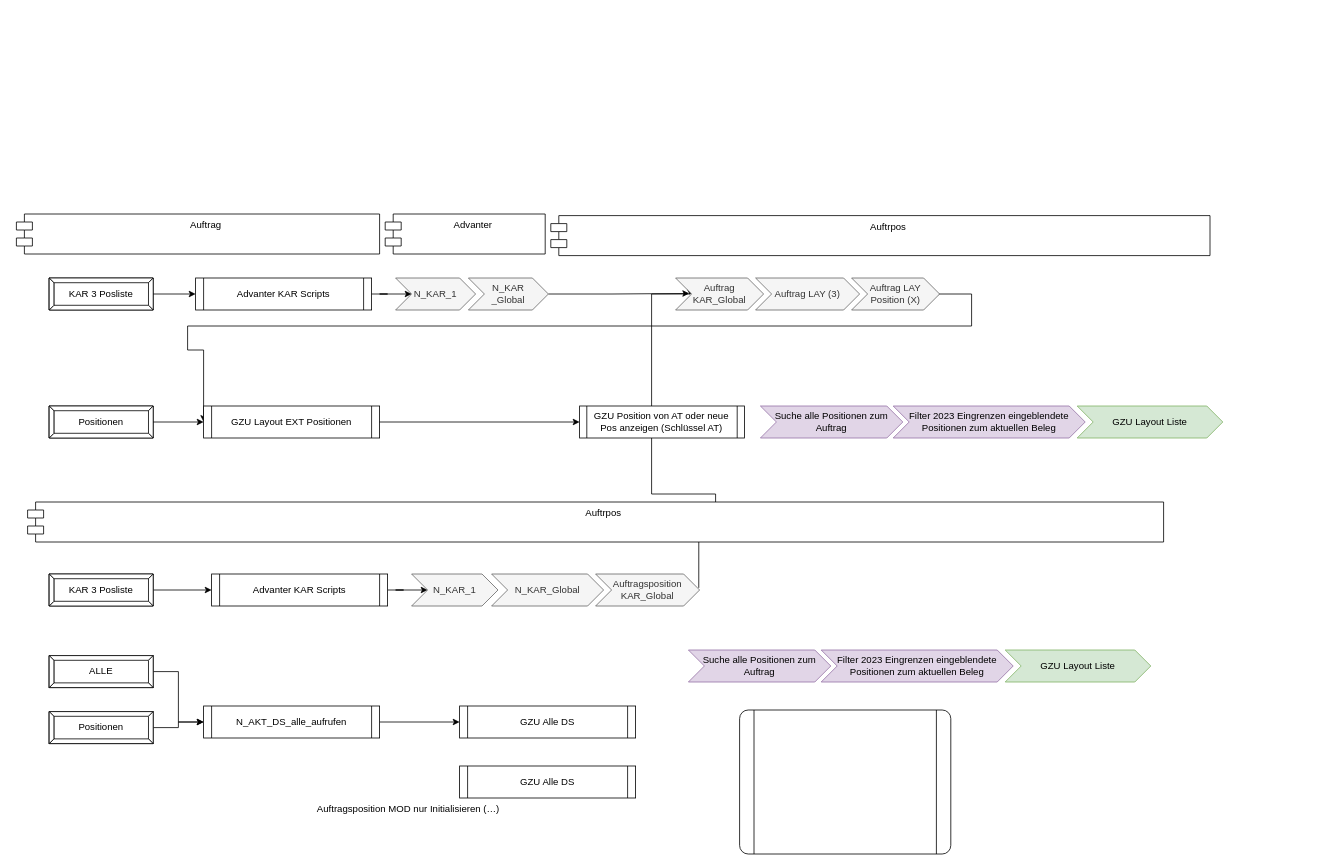
Earlier version of the draw.io diagram Advanter-Auftragsposition-Navi-Scripts.drawio (guenther-bs-de/documentation). Source tidied: cells renumbered, new cells numbered last; positions are measured from the earlier drawing's top-left corner, leaving out a move shared by most shapes. Both pictures are drawn from the tidied source at 80%, with x=0, y=0 at pixel (16, 214).
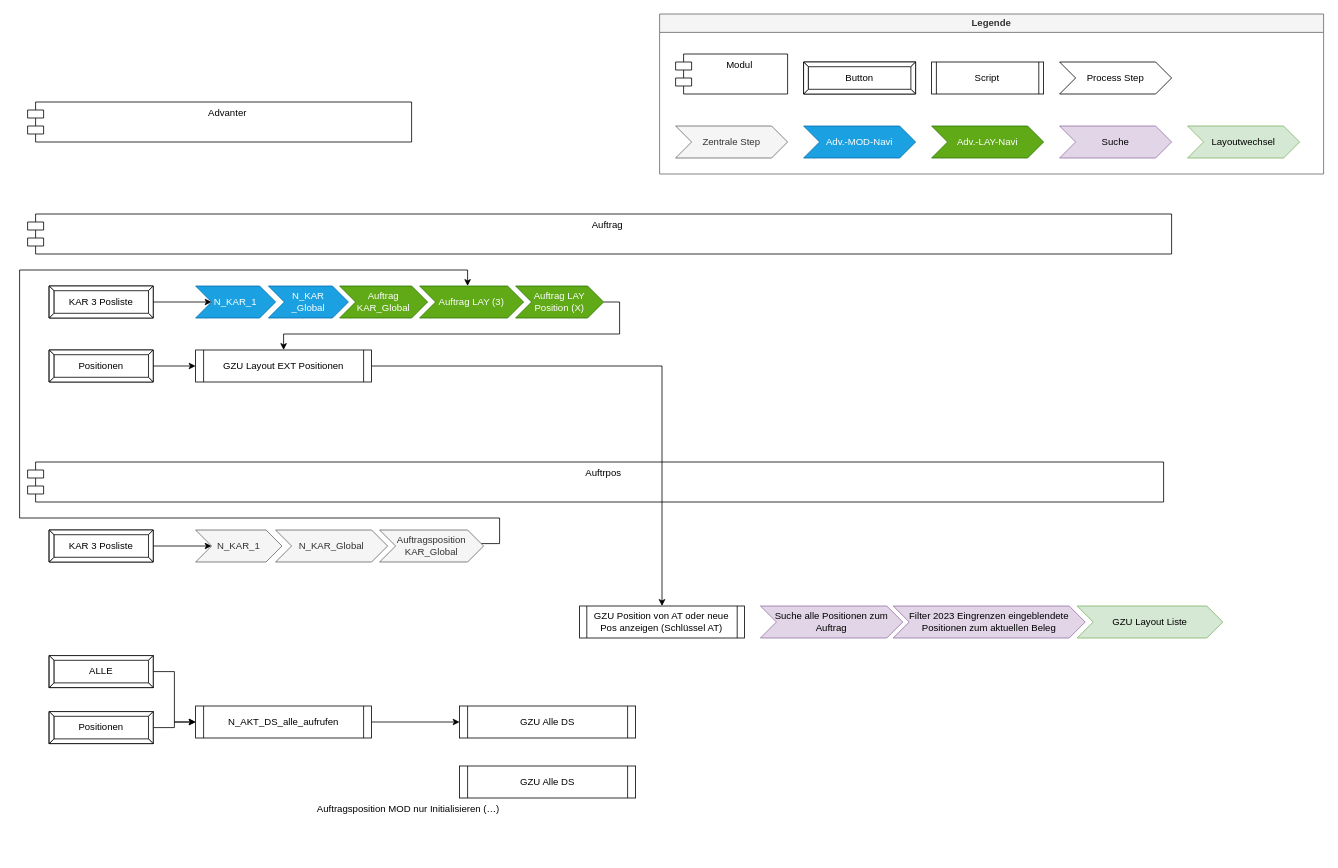
Above is the later version.

The edit, as a diff of the source:
```diff
@@
-    <mxCell id="2" value="Auftrpos" style="shape=module;align=left;spacingLeft=20;align=center;verticalAlign=top;whiteSpace=wrap;html=1;" parent="1" vertex="1">
-      <mxGeometry x="668" y="2" width="824" height="50" as="geometry" />
-    </mxCell>
+    <mxCell id="46" value="Legende" style="swimlane;whiteSpace=wrap;html=1;fillColor=#f5f5f5;fontColor=#333333;strokeColor=#666666;" parent="1" vertex="1">
+      <mxGeometry x="804" y="-250" width="830" height="200" as="geometry" />
+    </mxCell>
+    <mxCell id="47" value="Button" style="labelPosition=center;verticalLabelPosition=middle;align=center;html=1;shape=mxgraph.basic.button;dx=5.89;whiteSpace=wrap;" parent="46" vertex="1">
+      <mxGeometry x="180" y="60" width="140" height="40" as="geometry" />
+    </mxCell>
+    <mxCell id="48" value="Script" style="shape=process;whiteSpace=wrap;html=1;backgroundOutline=1;size=0.045454545454545456;" parent="46" vertex="1">
+      <mxGeometry x="340" y="60" width="140" height="40" as="geometry" />
+    </mxCell>
+    <mxCell id="49" value="Modul" style="shape=module;align=left;spacingLeft=20;align=center;verticalAlign=top;whiteSpace=wrap;html=1;" parent="46" vertex="1">
+      <mxGeometry x="20" y="50" width="140" height="50" as="geometry" />
+    </mxCell>
+    <mxCell id="50" value="Zentrale Step" style="shape=step;perimeter=stepPerimeter;fixedSize=1;whiteSpace=wrap;html=1;fillColor=#f5f5f5;fontColor=#333333;strokeColor=#666666;" parent="46" vertex="1">
+      <mxGeometry x="20" y="140" width="140" height="40" as="geometry" />
+    </mxCell>
+    <mxCell id="51" value="Suche" style="shape=step;perimeter=stepPerimeter;fixedSize=1;whiteSpace=wrap;html=1;fillColor=#e1d5e7;strokeColor=#9673a6;" parent="46" vertex="1">
+      <mxGeometry x="500" y="140" width="140" height="40" as="geometry" />
+    </mxCell>
+    <mxCell id="52" value="Layoutwechsel" style="shape=step;perimeter=stepPerimeter;fixedSize=1;whiteSpace=wrap;html=1;fillColor=#d5e8d4;strokeColor=#82b366;" parent="46" vertex="1">
+      <mxGeometry x="660" y="140" width="140" height="40" as="geometry" />
+    </mxCell>
+    <mxCell id="53" value="Process Step" style="shape=step;perimeter=stepPerimeter;fixedSize=1;whiteSpace=wrap;html=1;" parent="46" vertex="1">
+      <mxGeometry x="500" y="60" width="140" height="40" as="geometry" />
+    </mxCell>
+    <mxCell id="54" value="Adv.-MOD-Navi" style="shape=step;perimeter=stepPerimeter;fixedSize=1;whiteSpace=wrap;html=1;fillColor=#1ba1e2;strokeColor=#006EAF;fontColor=#ffffff;" parent="46" vertex="1">
+      <mxGeometry x="180" y="140" width="140" height="40" as="geometry" />
+    </mxCell>
+    <mxCell id="55" value="Adv.-LAY-Navi" style="shape=step;perimeter=stepPerimeter;fixedSize=1;whiteSpace=wrap;html=1;fillColor=#60a917;strokeColor=#2D7600;fontColor=#ffffff;" parent="46" vertex="1">
+      <mxGeometry x="340" y="140" width="140" height="40" as="geometry" />
+    </mxCell>
     <mxCell id="3" value="Auftrag" style="shape=module;align=left;spacingLeft=20;align=center;verticalAlign=top;whiteSpace=wrap;html=1;" parent="1" vertex="1">
-      <mxGeometry width="454" height="50" as="geometry" />
+      <mxGeometry x="14" width="1430" height="50" as="geometry" />
     </mxCell>
-    <mxCell id="4" style="verticalLabelPosition=bottom;verticalAlign=top;html=1;shape=process;whiteSpace=wrap;rounded=1;size=0.06666666666666667;arcSize=6;" parent="1" vertex="1">
-      <mxGeometry x="904" y="620" width="264" height="180" as="geometry" />
-    </mxCell>
@@
     <mxCell id="8" value="N_AKT_DS_alle_aufrufen" style="shape=process;whiteSpace=wrap;html=1;backgroundOutline=1;size=0.045454545454545456;" parent="1" vertex="1">
-      <mxGeometry x="234" y="615" width="220" height="40" as="geometry" />
+      <mxGeometry x="224" y="615" width="220" height="40" as="geometry" />
     </mxCell>
@@
-    <mxCell id="12" value="GZU Layout Liste" style="shape=step;perimeter=stepPerimeter;fixedSize=1;whiteSpace=wrap;html=1;fillColor=#d5e8d4;strokeColor=#82b366;" parent="1" vertex="1">
-      <mxGeometry x="1236" y="545" width="182" height="40" as="geometry" />
-    </mxCell>
-    <mxCell id="13" value="Suche alle Positionen zum Auftrag" style="shape=step;perimeter=stepPerimeter;fixedSize=1;whiteSpace=wrap;html=1;fillColor=#e1d5e7;strokeColor=#9673a6;" parent="1" vertex="1">
-      <mxGeometry x="840" y="545" width="178" height="40" as="geometry" />
-    </mxCell>
-    <mxCell id="14" value="Filter 2023 Eingrenzen eingeblendete Positionen zum aktuellen Beleg" style="shape=step;perimeter=stepPerimeter;fixedSize=1;whiteSpace=wrap;html=1;fillColor=#e1d5e7;strokeColor=#9673a6;" parent="1" vertex="1">
-      <mxGeometry x="1006" y="545" width="240" height="40" as="geometry" />
-    </mxCell>
@@
-    <mxCell id="17" style="edgeStyle=orthogonalEdgeStyle;rounded=0;jettySize=auto;html=1;entryX=0;entryY=0.5;entryDx=0;entryDy=0;exitX=0.985;exitY=0.536;exitDx=0;exitDy=0;exitPerimeter=0;" parent="1" edge="1" source="37" target="41">
-      <mxGeometry relative="1" as="geometry">
-        <Array as="points">
-          <mxPoint x="1152" y="100" />
-          <mxPoint x="1194" y="100" />
-          <mxPoint x="1194" y="140" />
-          <mxPoint x="214" y="140" />
-          <mxPoint x="214" y="170" />
-          <mxPoint x="234" y="170" />
-        </Array>
-      </mxGeometry>
-    </mxCell>
-    <mxCell id="18" style="edgeStyle=orthogonalEdgeStyle;rounded=0;jettySize=auto;html=1;" parent="1" edge="1" source="19" target="21">
+    <mxCell id="18" style="edgeStyle=orthogonalEdgeStyle;rounded=0;jettySize=auto;html=1;" parent="1" edge="1" source="19" target="22">
       <mxGeometry relative="1" as="geometry" />
     </mxCell>
     <mxCell id="19" value="KAR 3 Posliste" style="labelPosition=center;verticalLabelPosition=middle;align=center;html=1;shape=mxgraph.basic.button;dx=5.89;whiteSpace=wrap;" parent="1" vertex="1">
-      <mxGeometry x="41" y="450" width="130" height="40" as="geometry" />
+      <mxGeometry x="41" y="395" width="130" height="40" as="geometry" />
     </mxCell>
-    <mxCell id="20" style="edgeStyle=orthogonalEdgeStyle;rounded=0;jettySize=auto;html=1;" parent="1" edge="1" source="21" target="22">
-      <mxGeometry relative="1" as="geometry" />
-    </mxCell>
-    <mxCell id="21" value="Advanter KAR Scripts" style="shape=process;whiteSpace=wrap;html=1;backgroundOutline=1;size=0.045454545454545456;" parent="1" vertex="1">
-      <mxGeometry x="244" y="450" width="220" height="40" as="geometry" />
-    </mxCell>
     <mxCell id="22" value="N_KAR_1" style="shape=step;perimeter=stepPerimeter;fixedSize=1;points=[];whiteSpace=wrap;html=1;fillColor=#f5f5f5;fontColor=#333333;strokeColor=#666666;" parent="1" vertex="1">
-      <mxGeometry x="494" y="450" width="108" height="40" as="geometry" />
+      <mxGeometry x="224" y="395" width="108" height="40" as="geometry" />
     </mxCell>
     <mxCell id="23" value="N_KAR_Global" style="shape=step;perimeter=stepPerimeter;fixedSize=1;whiteSpace=wrap;html=1;fillColor=#f5f5f5;fontColor=#333333;strokeColor=#666666;" parent="1" vertex="1">
-      <mxGeometry x="594" y="450" width="140" height="40" as="geometry" />
+      <mxGeometry x="324" y="395" width="140" height="40" as="geometry" />
     </mxCell>
-    <mxCell id="24" style="edgeStyle=orthogonalEdgeStyle;rounded=0;jettySize=auto;html=1;exitX=0.992;exitY=0.433;exitDx=0;exitDy=0;exitPerimeter=0;entryX=0.164;entryY=0.533;entryDx=0;entryDy=0;entryPerimeter=0;" parent="1" edge="1" source="25" target="35">
+    <mxCell id="24" style="edgeStyle=orthogonalEdgeStyle;rounded=0;jettySize=auto;html=1;" parent="1" edge="1" source="25" target="36">
       <mxGeometry relative="1" as="geometry">
         <Array as="points">
-          <mxPoint x="874" y="387" />
-          <mxPoint x="874" y="350" />
-          <mxPoint x="794" y="350" />
-          <mxPoint x="794" y="100" />
-          <mxPoint x="842" y="100" />
+          <mxPoint x="604" y="412" />
+          <mxPoint x="604" y="380" />
+          <mxPoint x="4" y="380" />
+          <mxPoint x="4" y="70" />
+          <mxPoint x="564" y="70" />
         </Array>
       </mxGeometry>
     </mxCell>
     <mxCell id="25" value="Auftragsposition KAR_Global" style="shape=step;perimeter=stepPerimeter;fixedSize=1;points=[];whiteSpace=wrap;html=1;fillColor=#f5f5f5;fontColor=#333333;strokeColor=#666666;" parent="1" vertex="1">
-      <mxGeometry x="724" y="450" width="130" height="40" as="geometry" />
+      <mxGeometry x="454" y="395" width="130" height="40" as="geometry" />
     </mxCell>
     <mxCell id="26" value="Auftrpos" style="shape=module;align=left;spacingLeft=20;align=center;verticalAlign=top;whiteSpace=wrap;html=1;" parent="1" vertex="1">
-      <mxGeometry x="14" y="360" width="1420" height="50" as="geometry" />
+      <mxGeometry x="14" y="310" width="1420" height="50" as="geometry" />
     </mxCell>
     <mxCell id="27" value="Advanter" style="shape=module;align=left;spacingLeft=20;align=center;verticalAlign=top;whiteSpace=wrap;html=1;" parent="1" vertex="1">
-      <mxGeometry x="461" width="200" height="50" as="geometry" />
+      <mxGeometry x="14" y="-140" width="480" height="50" as="geometry" />
     </mxCell>
     <mxCell id="28" value="KAR 3 Posliste" style="labelPosition=center;verticalLabelPosition=middle;align=center;html=1;shape=mxgraph.basic.button;dx=5.89;whiteSpace=wrap;" parent="1" vertex="1">
-      <mxGeometry x="41" y="80" width="130" height="40" as="geometry" />
+      <mxGeometry x="41" y="90" width="130" height="40" as="geometry" />
     </mxCell>
-    <mxCell id="29" value="Advanter KAR Scripts" style="shape=process;whiteSpace=wrap;html=1;backgroundOutline=1;size=0.045454545454545456;" parent="1" vertex="1">
-      <mxGeometry x="224" y="80" width="220" height="40" as="geometry" />
-    </mxCell>
-    <mxCell id="30" style="edgeStyle=orthogonalEdgeStyle;rounded=0;jettySize=auto;html=1;" parent="1" edge="1" source="28" target="29">
+    <mxCell id="30" style="edgeStyle=orthogonalEdgeStyle;rounded=0;jettySize=auto;html=1;" parent="1" edge="1" source="28" target="31">
       <mxGeometry relative="1" as="geometry" />
     </mxCell>
-    <mxCell id="31" value="N_KAR_1" style="shape=step;perimeter=stepPerimeter;fixedSize=1;points=[];whiteSpace=wrap;html=1;fillColor=#f5f5f5;fontColor=#333333;strokeColor=#666666;" parent="1" vertex="1">
-      <mxGeometry x="474" y="80" width="100" height="40" as="geometry" />
+    <mxCell id="31" value="N_KAR_1" style="shape=step;perimeter=stepPerimeter;fixedSize=1;points=[];whiteSpace=wrap;html=1;fillColor=#1ba1e2;fontColor=#ffffff;strokeColor=#006EAF;" parent="1" vertex="1">
+      <mxGeometry x="224" y="90" width="100" height="40" as="geometry" />
     </mxCell>
-    <mxCell id="32" style="edgeStyle=orthogonalEdgeStyle;rounded=0;jettySize=auto;html=1;" parent="1" edge="1" source="29" target="31">
-      <mxGeometry relative="1" as="geometry" />
-    </mxCell>
-    <mxCell id="33" style="edgeStyle=orthogonalEdgeStyle;rounded=0;jettySize=auto;html=1;entryX=0.155;entryY=0.483;entryDx=0;entryDy=0;entryPerimeter=0;" parent="1" edge="1" source="34" target="35">
-      <mxGeometry relative="1" as="geometry" />
-    </mxCell>
-    <mxCell id="34" value="N_KAR&lt;br&gt;_Global" style="shape=step;perimeter=stepPerimeter;fixedSize=1;points=[];whiteSpace=wrap;html=1;fillColor=#f5f5f5;fontColor=#333333;strokeColor=#666666;" parent="1" vertex="1">
-      <mxGeometry x="565" y="80" width="100" height="40" as="geometry" />
+    <mxCell id="34" value="N_KAR&lt;br&gt;_Global" style="shape=step;perimeter=stepPerimeter;fixedSize=1;points=[];whiteSpace=wrap;html=1;fillColor=#1ba1e2;fontColor=#ffffff;strokeColor=#006EAF;" parent="1" vertex="1">
+      <mxGeometry x="315" y="90" width="100" height="40" as="geometry" />
     </mxCell>
-    <mxCell id="35" value="Auftrag KAR_Global" style="shape=step;perimeter=stepPerimeter;fixedSize=1;points=[];whiteSpace=wrap;html=1;fillColor=#f5f5f5;fontColor=#333333;strokeColor=#666666;" parent="1" vertex="1">
-      <mxGeometry x="824" y="80" width="110" height="40" as="geometry" />
+    <mxCell id="35" value="Auftrag KAR_Global" style="shape=step;perimeter=stepPerimeter;fixedSize=1;points=[];whiteSpace=wrap;html=1;fillColor=#60a917;fontColor=#ffffff;strokeColor=#2D7600;" parent="1" vertex="1">
+      <mxGeometry x="404" y="90" width="110" height="40" as="geometry" />
     </mxCell>
-    <mxCell id="36" value="Auftrag LAY (3)" style="shape=step;perimeter=stepPerimeter;fixedSize=1;points=[];whiteSpace=wrap;html=1;fillColor=#f5f5f5;fontColor=#333333;strokeColor=#666666;" parent="1" vertex="1">
-      <mxGeometry x="924" y="80" width="130" height="40" as="geometry" />
+    <mxCell id="36" value="Auftrag LAY (3)" style="shape=step;perimeter=stepPerimeter;fixedSize=1;points=[];whiteSpace=wrap;html=1;fillColor=#60a917;fontColor=#ffffff;strokeColor=#2D7600;" parent="1" vertex="1">
+      <mxGeometry x="504" y="90" width="130" height="40" as="geometry" />
     </mxCell>
+    <mxCell id="17" style="edgeStyle=orthogonalEdgeStyle;rounded=0;jettySize=auto;html=1;" parent="1" edge="1" source="37" target="41">
+      <mxGeometry relative="1" as="geometry">
+        <Array as="points">
+          <mxPoint x="754" y="110" />
+          <mxPoint x="754" y="150" />
+          <mxPoint x="334" y="150" />
+        </Array>
+      </mxGeometry>
+    </mxCell>
-    <mxCell id="37" value="Auftrag LAY Position (X)" style="shape=step;perimeter=stepPerimeter;fixedSize=1;points=[];whiteSpace=wrap;html=1;fillColor=#f5f5f5;fontColor=#333333;strokeColor=#666666;" parent="1" vertex="1">
-      <mxGeometry x="1044" y="80" width="110" height="40" as="geometry" />
+    <mxCell id="37" value="Auftrag LAY Position (X)" style="shape=step;perimeter=stepPerimeter;fixedSize=1;points=[];whiteSpace=wrap;html=1;fillColor=#60a917;fontColor=#ffffff;strokeColor=#2D7600;" parent="1" vertex="1">
+      <mxGeometry x="624" y="90" width="110" height="40" as="geometry" />
     </mxCell>
     <mxCell id="38" value="Positionen" style="labelPosition=center;verticalLabelPosition=middle;align=center;html=1;shape=mxgraph.basic.button;dx=5.89;whiteSpace=wrap;" parent="1" vertex="1">
-      <mxGeometry x="41" y="240" width="130" height="40" as="geometry" />
+      <mxGeometry x="41" y="170" width="130" height="40" as="geometry" />
     </mxCell>
     <mxCell id="39" value="GZU Layout Liste" style="shape=step;perimeter=stepPerimeter;fixedSize=1;whiteSpace=wrap;html=1;fillColor=#d5e8d4;strokeColor=#82b366;" parent="1" vertex="1">
-      <mxGeometry x="1326" y="240" width="182" height="40" as="geometry" />
+      <mxGeometry x="1326" y="490" width="182" height="40" as="geometry" />
     </mxCell>
     <mxCell id="40" value="Suche alle Positionen zum Auftrag" style="shape=step;perimeter=stepPerimeter;fixedSize=1;whiteSpace=wrap;html=1;fillColor=#e1d5e7;strokeColor=#9673a6;" parent="1" vertex="1">
-      <mxGeometry x="930" y="240" width="178" height="40" as="geometry" />
+      <mxGeometry x="930" y="490" width="178" height="40" as="geometry" />
     </mxCell>
     <mxCell id="41" value="GZU Layout EXT Positionen" style="shape=process;whiteSpace=wrap;html=1;backgroundOutline=1;size=0.045454545454545456;" parent="1" vertex="1">
-      <mxGeometry x="234" y="240" width="220" height="40" as="geometry" />
+      <mxGeometry x="224" y="170" width="220" height="40" as="geometry" />
     </mxCell>
@@
     <mxCell id="43" value="GZU Position von AT oder neue Pos anzeigen (Schlüssel AT)" style="shape=process;whiteSpace=wrap;html=1;backgroundOutline=1;size=0.045454545454545456;" parent="1" vertex="1">
-      <mxGeometry x="704" y="240" width="206" height="40" as="geometry" />
+      <mxGeometry x="704" y="490" width="206" height="40" as="geometry" />
     </mxCell>
@@
     <mxCell id="45" value="Filter 2023 Eingrenzen eingeblendete Positionen zum aktuellen Beleg" style="shape=step;perimeter=stepPerimeter;fixedSize=1;whiteSpace=wrap;html=1;fillColor=#e1d5e7;strokeColor=#9673a6;" parent="1" vertex="1">
-      <mxGeometry x="1096" y="240" width="240" height="40" as="geometry" />
+      <mxGeometry x="1096" y="490" width="240" height="40" as="geometry" />
     </mxCell>
```
